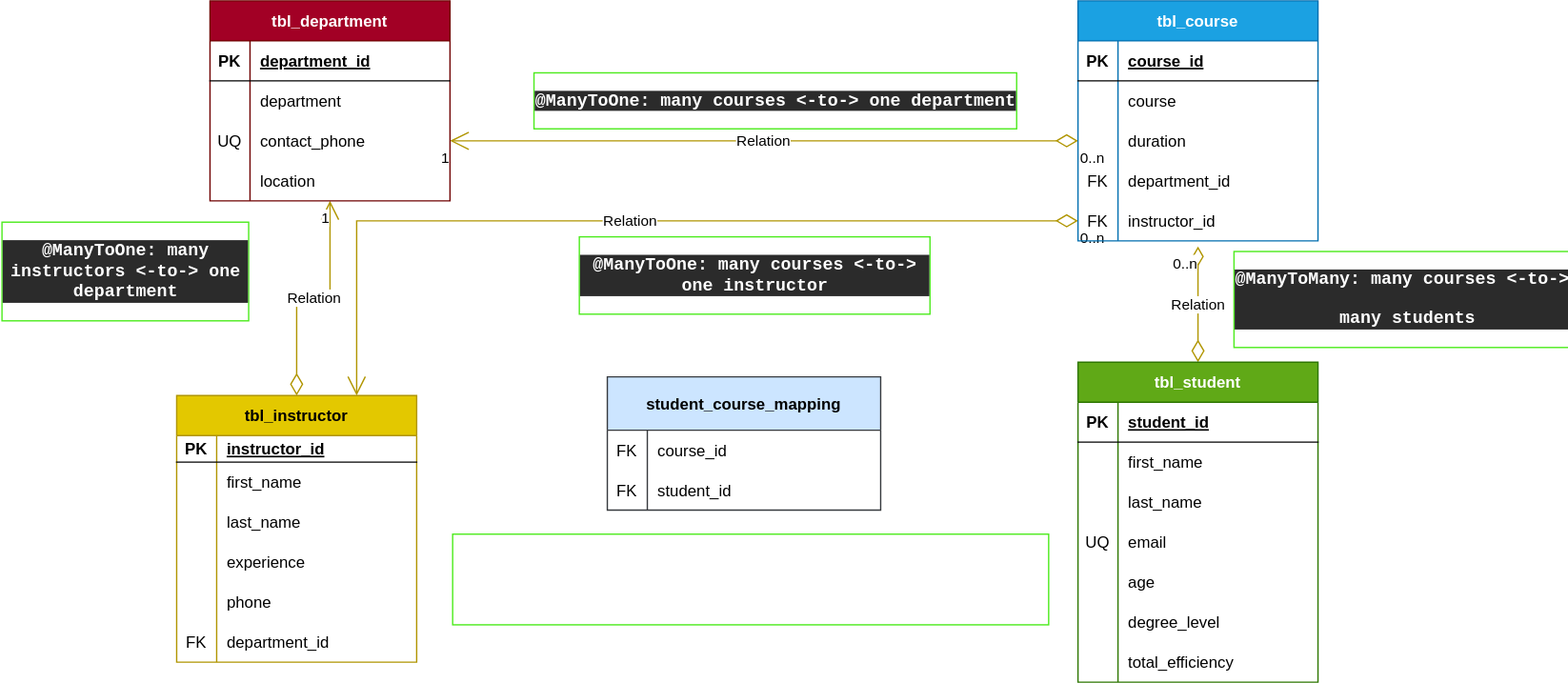
Above: JPA-basic/src/main/java/com/vladproduction/jpabasic/project_schema/schema.svg in vladproduction/Spring-Boot-projects (draw.io), before the change. Source tidied: cells renumbered, new cells last; positions are measured from the earlier drawing's top-left corner, leaving out a move shared by most shapes.
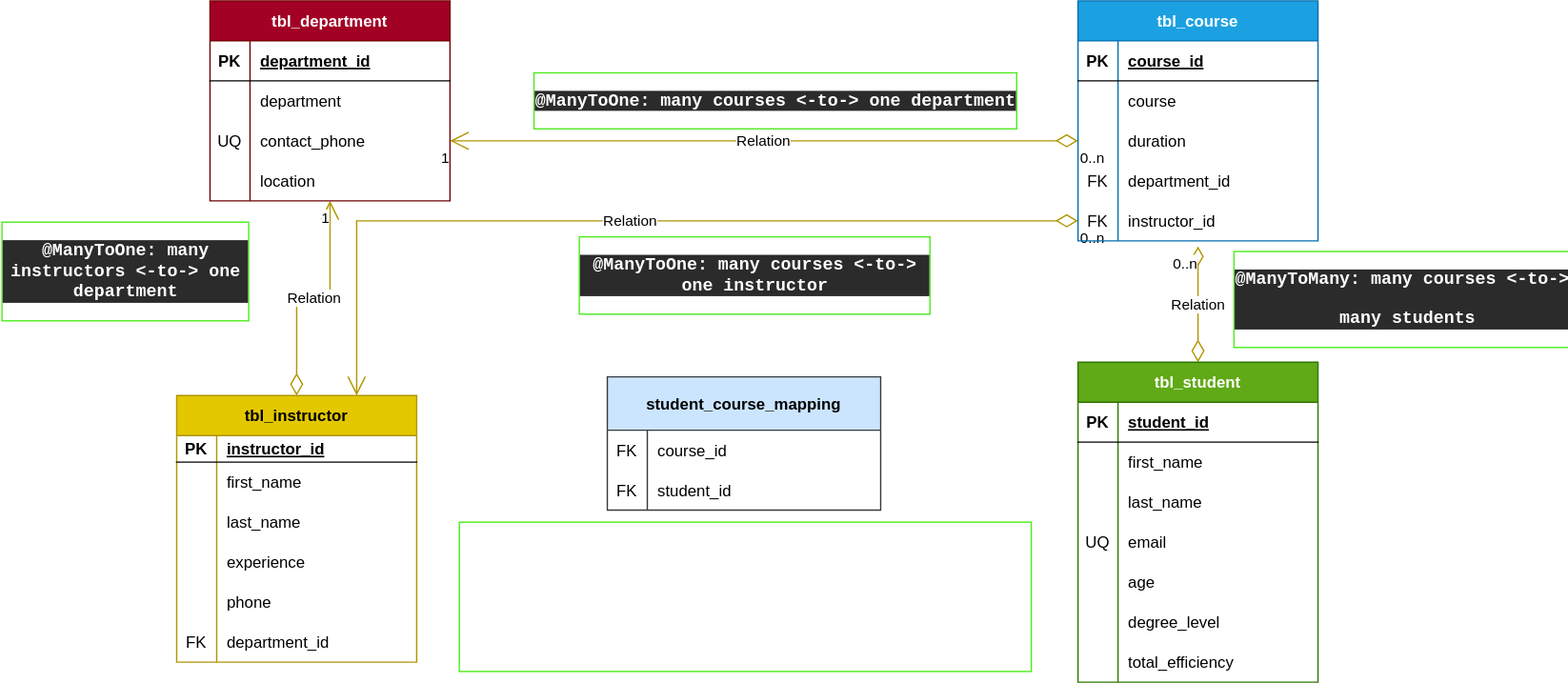
The same file after the commit.

What changed in the source:
```diff
@@ -52,8 +52,8 @@
     <mxCell id="16" value="&lt;div style=&quot;background-color: rgb(43, 43, 43);&quot;&gt;&lt;h3 style=&quot;font-family: &amp;quot;JetBrains Mono&amp;quot;, monospace; font-size: 9.8pt;&quot;&gt;@ManyToOne: many instructors &amp;lt;-to-&amp;gt; one department&lt;/h3&gt;&lt;/div&gt;" style="text;html=1;strokeColor=none;fillColor=none;align=center;verticalAlign=middle;whiteSpace=wrap;rounded=0;shadow=0;labelBackgroundColor=none;labelBorderColor=#4CEB1C;sketch=0;fontFamily=Helvetica;fontSize=14;fontColor=#FFFFFF;fontStyle=1;" parent="1" vertex="1">
       <mxGeometry y="188" width="188" height="30" as="geometry" />
     </mxCell>
-    <mxCell id="17" value="&lt;font style=&quot;font-size: 13px;&quot;&gt;There is no significant relationship between student and instructor, which is why it is not directly identified.To determine the relationship between student and instructor, allowed do it indirectly through the relationships between course and student or course and instructor&lt;/font&gt;" style="text;html=1;strokeColor=none;fillColor=none;align=left;verticalAlign=middle;whiteSpace=wrap;rounded=0;shadow=0;labelBackgroundColor=none;labelBorderColor=#4CEB1C;sketch=0;fontFamily=Helvetica;fontSize=14;fontColor=#FFFFFF;fontStyle=1;" parent="1" vertex="1">
-      <mxGeometry x="337" y="398" width="450" height="71" as="geometry" />
+    <mxCell id="17" value="&lt;h3&gt;&lt;font style=&quot;font-size: 13px;&quot;&gt;There is no significant relationship between student and instructor, which is why it is not directly identified.To determine the relationship between student and instructor, allowed do it indirectly through the relationships between course and student or course and instructor&lt;/font&gt;&lt;/h3&gt;" style="text;html=1;strokeColor=none;fillColor=none;align=left;verticalAlign=middle;whiteSpace=wrap;rounded=0;shadow=0;labelBackgroundColor=none;labelBorderColor=#4CEB1C;sketch=0;fontFamily=Helvetica;fontSize=14;fontColor=#FFFFFF;fontStyle=1;" parent="1" vertex="1">
+      <mxGeometry x="341.5" y="411" width="432" height="71" as="geometry" />
     </mxCell>
     <mxCell id="18" value="tbl_student" style="shape=table;startSize=30;rowLines=0;fontStyle=1;align=center;fillColor=#60a917;fontColor=#ffffff;strokeColor=#2D7600;" parent="1" vertex="1">
       <mxGeometry x="808" y="271" width="180" height="240" as="geometry" />
```
